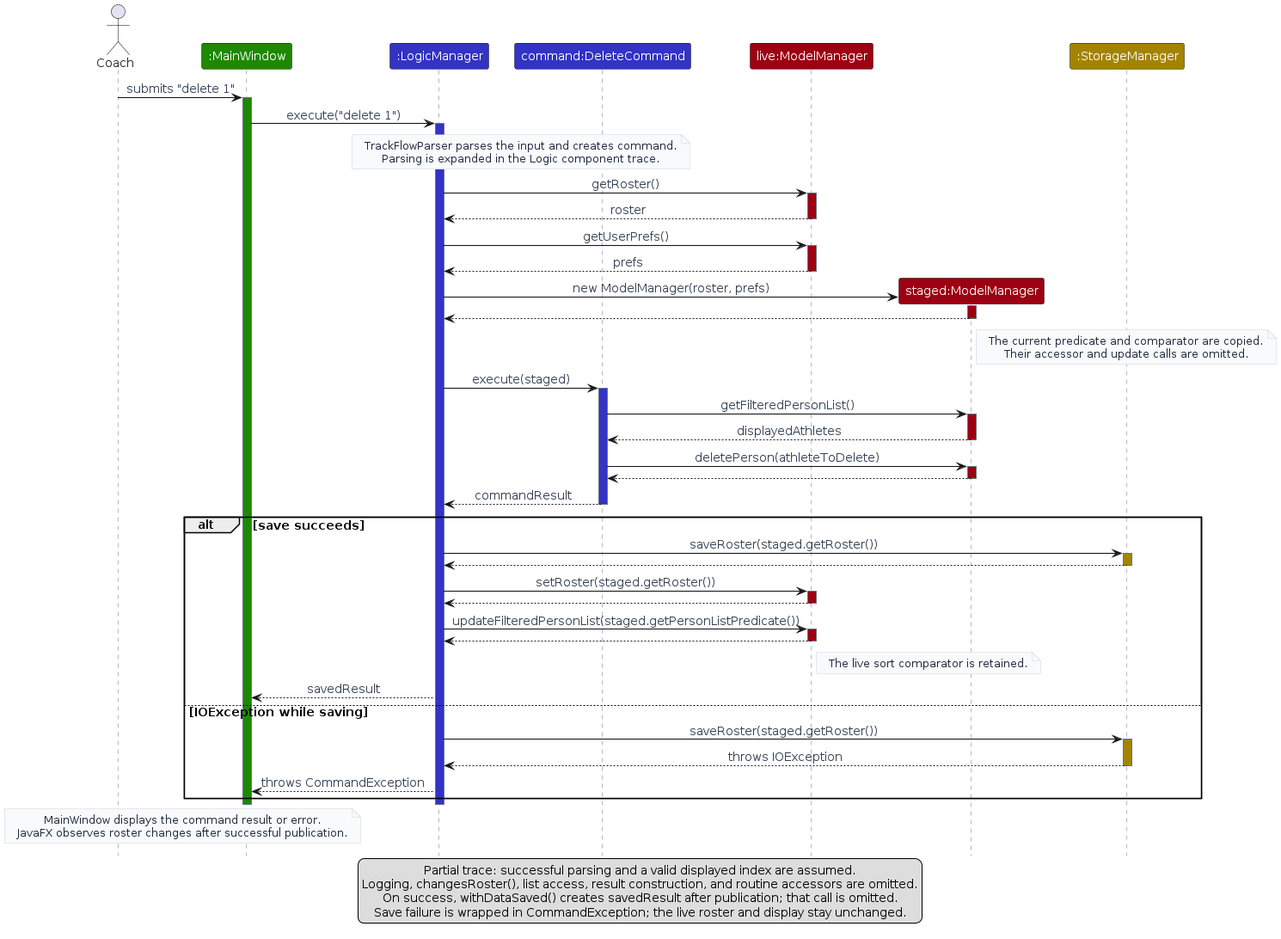
Earlier version of the PlantUML export diagrams/ArchitectureSequenceDiagram.png (AY2627S1-CS2103T-T17-2/tp). Its source is kept beside it as diagrams/ArchitectureSequenceDiagram.puml.
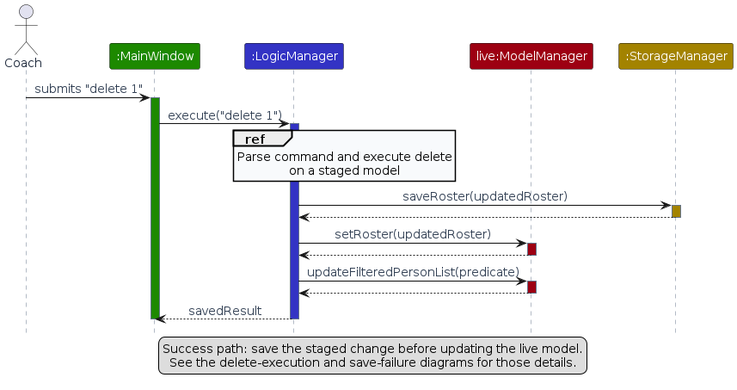
Above is the later version.

Change to the diagram source:
```diff
@@ -1,82 +1,45 @@
 @startuml
 !include style.puml
 skinparam ArrowFontStyle plain
+skinparam maxMessageSize 180
+skinparam SequenceReferenceBackgroundColor #F8FAFC
+
 actor Coach as coach
 participant ":MainWindow" as ui UI_COLOR
 participant ":LogicManager" as logic LOGIC_COLOR
-participant "command:DeleteCommand" as command LOGIC_COLOR
 participant "live:ModelManager" as live MODEL_COLOR
-participant "staged:ModelManager" as staged MODEL_COLOR
 participant ":StorageManager" as storage STORAGE_COLOR
+
 coach -> ui : submits "delete 1"
 activate ui UI_COLOR
 ui -> logic : execute("delete 1")
 activate logic LOGIC_COLOR
-note over logic, command
-  TrackFlowParser parses the input and creates command.
-  Parsing is expanded in the Logic component trace.
-end note
-logic -> live : getRoster()
+
+ref over logic
+  Parse command and execute delete
+  on a staged model
+end ref
+
+logic -> storage : saveRoster(updatedRoster)
+activate storage STORAGE_COLOR
+storage --> logic
+deactivate storage
+
+logic -> live : setRoster(updatedRoster)
 activate live MODEL_COLOR
-live --> logic : roster
+live --> logic
 deactivate live
-logic -> live : getUserPrefs()
+logic -> live : updateFilteredPersonList(predicate)
 activate live MODEL_COLOR
-live --> logic : prefs
+live --> logic
 deactivate live
-create staged
-logic -> staged : new ModelManager(roster, prefs)
-activate staged MODEL_COLOR
-staged --> logic
-deactivate staged
-note right of staged
-  The current predicate and comparator are copied.
-  Their accessor and update calls are omitted.
-end note
-logic -> command : execute(staged)
-activate command LOGIC_COLOR
-command -> staged : getFilteredPersonList()
-activate staged MODEL_COLOR
-staged --> command : displayedAthletes
-deactivate staged
-command -> staged : deletePerson(athleteToDelete)
-activate staged MODEL_COLOR
-staged --> command
-deactivate staged
-command --> logic : commandResult
-deactivate command
-alt save succeeds
-    logic -> storage : saveRoster(staged.getRoster())
-    activate storage STORAGE_COLOR
-    storage --> logic
-    deactivate storage
-    logic -> live : setRoster(staged.getRoster())
-    activate live MODEL_COLOR
-    live --> logic
-    deactivate live
-    logic -> live : updateFilteredPersonList(staged.getPersonListPredicate())
-    activate live MODEL_COLOR
-    live --> logic
-    deactivate live
-    note right of live: The live sort comparator is retained.
-    logic --> ui : savedResult
-else IOException while saving
-    logic -> storage : saveRoster(staged.getRoster())
-    activate storage STORAGE_COLOR
-    storage --> logic : throws IOException
-    deactivate storage
-    logic --> ui : throws CommandException
-end
+
+logic --> ui : savedResult
 deactivate logic
 deactivate ui
-note over coach, ui
-  MainWindow displays the command result or error.
-  JavaFX observes roster changes after successful publication.
-end note
+
 legend bottom
-  Partial trace: successful parsing and a valid displayed index are assumed.
-  Logging, changesRoster(), list access, result construction, and routine accessors are omitted.
-  On success, withDataSaved() creates savedResult after publication; that call is omitted.
-  Save failure is wrapped in CommandException; the live roster and display stay unchanged.
+  Success path: save the staged change before updating the live model.
+  See the delete-execution and save-failure diagrams for those details.
 endlegend
 @enduml
```
